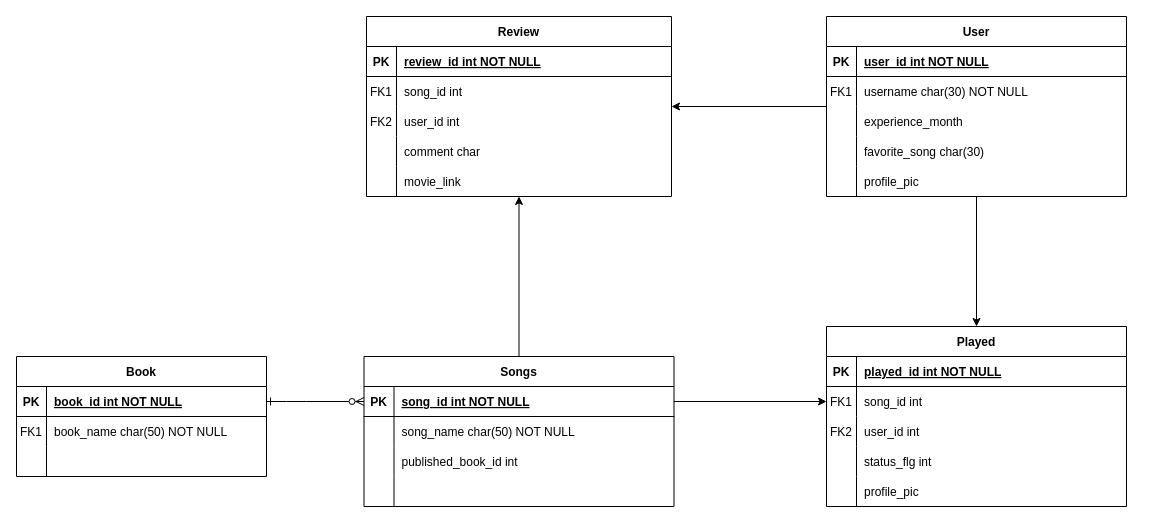
Before: er-diagram.drawio in kotaaaa/vn-guide, a draw.io diagram. Source tidied: cells renumbered, new cells numbered last; positions are measured from the earlier drawing's top-left corner, leaving out a move shared by most shapes. Both pictures are drawn from the tidied source at 100%, with x=0, y=0 at pixel (16, 16).
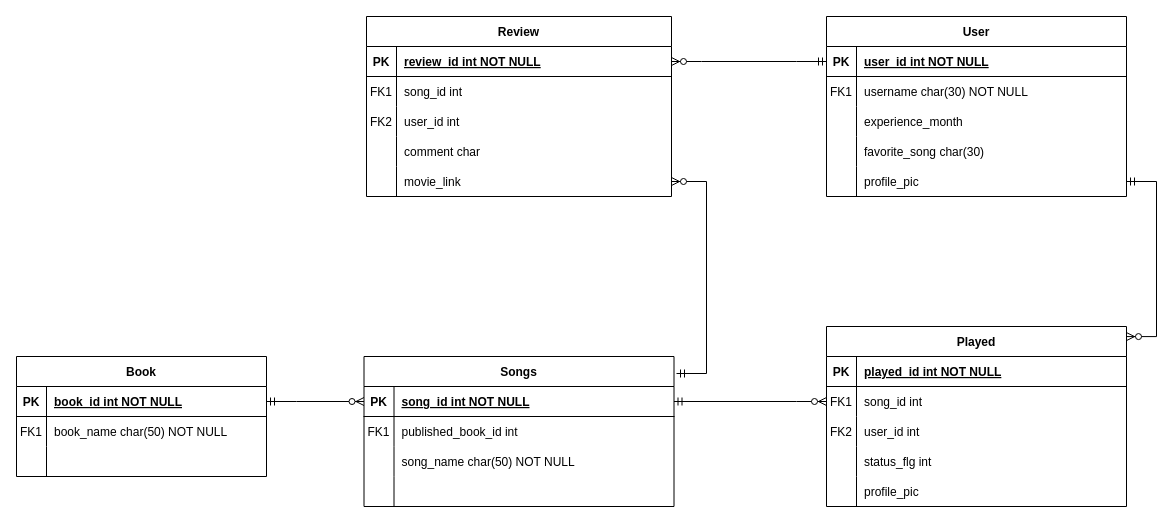
After the change.

Commit message:
er-diagram.drawio を更新します

The change refers to these unchanged cells:
```xml
<mxCell id="3" style="shape=partialRectangle;fillColor=none;points=[[0,0.5],[1,0.5]];portConstraint=eastwest;top=0;left=0;right=0;bottom=1;" parent="2" vertex="1">
  <mxGeometry y="30" width="250" height="30" as="geometry" />
</mxCell>
<mxCell id="14" value="User" style="shape=table;startSize=30;childLayout=tableLayout;rowLines=0;fontStyle=1;align=center;" parent="1" vertex="1">
  <mxGeometry x="810" width="300" height="180" as="geometry" />
</mxCell>
<mxCell id="15" style="shape=partialRectangle;fillColor=none;points=[[0,0.5],[1,0.5]];portConstraint=eastwest;top=0;left=0;right=0;bottom=1;" parent="14" vertex="1">
  <mxGeometry y="30" width="300" height="30" as="geometry" />
</mxCell>
<mxCell id="27" style="shape=tableRow;horizontal=0;startSize=0;swimlaneHead=0;swimlaneBody=0;fillColor=none;points=[[0,0.5],[1,0.5]];portConstraint=eastwest;top=0;left=0;right=0;bottom=0;" parent="14" vertex="1">
  <mxGeometry y="150" width="300" height="30" as="geometry" />
</mxCell>
<mxCell id="31" value="Songs" style="shape=table;startSize=30;childLayout=tableLayout;rowLines=0;fontStyle=1;align=center;" parent="1" vertex="1">
  <mxGeometry x="347.5" y="340" width="310" height="150" as="geometry" />
</mxCell>
<mxCell id="32" style="shape=partialRectangle;fillColor=none;points=[[0,0.5],[1,0.5]];portConstraint=eastwest;top=0;left=0;right=0;bottom=1;" parent="31" vertex="1">
  <mxGeometry y="30" width="310" height="30" as="geometry" />
</mxCell>
<mxCell id="45" value="Review" style="shape=table;startSize=30;childLayout=tableLayout;rowLines=0;fontStyle=1;align=center;" parent="1" vertex="1">
  <mxGeometry x="350" width="305" height="180" as="geometry" />
</mxCell>
<mxCell id="46" style="shape=partialRectangle;fillColor=none;points=[[0,0.5],[1,0.5]];portConstraint=eastwest;top=0;left=0;right=0;bottom=1;" parent="45" vertex="1">
  <mxGeometry y="30" width="305" height="30" as="geometry" />
</mxCell>
<mxCell id="58" style="shape=tableRow;horizontal=0;startSize=0;swimlaneHead=0;swimlaneBody=0;fillColor=none;points=[[0,0.5],[1,0.5]];portConstraint=eastwest;top=0;left=0;right=0;bottom=0;" parent="45" vertex="1">
  <mxGeometry y="150" width="305" height="30" as="geometry" />
</mxCell>
<mxCell id="61" value="Played" style="shape=table;startSize=30;childLayout=tableLayout;rowLines=0;fontStyle=1;align=center;" parent="1" vertex="1">
  <mxGeometry x="810" y="310" width="300" height="180" as="geometry" />
</mxCell>
<mxCell id="65" style="shape=tableRow;horizontal=0;startSize=0;swimlaneHead=0;swimlaneBody=0;fillColor=none;points=[[0,0.5],[1,0.5]];portConstraint=eastwest;top=0;left=0;right=0;bottom=0;" parent="61" vertex="1">
  <mxGeometry y="60" width="300" height="30" as="geometry" />
</mxCell>
```

Diff of the diagram source:
```diff
@@
-    <mxCell id="12" style="edgeStyle=orthogonalEdgeStyle;rounded=0;jettySize=auto;html=1;" parent="1" edge="1" source="14" target="45">
-      <mxGeometry relative="1" as="geometry" />
-    </mxCell>
-    <mxCell id="13" style="edgeStyle=orthogonalEdgeStyle;rounded=0;jettySize=auto;html=1;" parent="1" edge="1" source="14" target="61">
-      <mxGeometry relative="1" as="geometry" />
-    </mxCell>
@@
-    <mxCell id="30" style="edgeStyle=orthogonalEdgeStyle;rounded=0;jettySize=auto;html=1;entryX=0.5;entryY=1;entryDx=0;entryDy=0;" parent="1" edge="1" source="31" target="45">
-      <mxGeometry relative="1" as="geometry" />
-    </mxCell>
@@
+    <mxCell id="38" style="shape=tableRow;horizontal=0;startSize=0;swimlaneHead=0;swimlaneBody=0;fillColor=none;top=0;left=0;right=0;bottom=0;" parent="31" vertex="1">
+      <mxGeometry y="60" width="310" height="30" as="geometry" />
+    </mxCell>
+    <mxCell id="39" value="FK1" style="shape=partialRectangle;fillColor=none;top=0;left=0;bottom=0;right=0;overflow=hidden;" parent="38" vertex="1">
+      <mxGeometry width="30" height="30" as="geometry" />
+    </mxCell>
+    <mxCell id="40" value="published_book_id int" style="shape=partialRectangle;fillColor=none;top=0;left=0;bottom=0;right=0;align=left;spacingLeft=6;overflow=hidden;" parent="38" vertex="1">
+      <mxGeometry x="30" width="280" height="30" as="geometry" />
+    </mxCell>
     <mxCell id="35" style="shape=partialRectangle;fillColor=none;top=0;left=0;right=0;bottom=0;" parent="31" vertex="1">
-      <mxGeometry y="60" width="310" height="30" as="geometry" />
+      <mxGeometry y="90" width="310" height="30" as="geometry" />
     </mxCell>
@@
-    <mxCell id="38" style="shape=tableRow;horizontal=0;startSize=0;swimlaneHead=0;swimlaneBody=0;fillColor=none;top=0;left=0;right=0;bottom=0;" parent="31" vertex="1">
-      <mxGeometry y="90" width="310" height="30" as="geometry" />
-    </mxCell>
-    <mxCell id="39" style="shape=partialRectangle;fillColor=none;top=0;left=0;bottom=0;right=0;overflow=hidden;" parent="38" vertex="1">
-      <mxGeometry width="30" height="30" as="geometry" />
-    </mxCell>
-    <mxCell id="40" value="published_book_id int" style="shape=partialRectangle;fillColor=none;top=0;left=0;bottom=0;right=0;align=left;spacingLeft=6;overflow=hidden;" parent="38" vertex="1">
-      <mxGeometry x="30" width="280" height="30" as="geometry" />
-    </mxCell>
@@
-    <mxCell id="44" style="edgeStyle=entityRelationEdgeStyle;endArrow=ERzeroToMany;startArrow=ERone;endFill=1;startFill=0;exitX=1;exitY=0.5;exitDx=0;exitDy=0;entryX=0;entryY=0.5;entryDx=0;entryDy=0;" parent="1" edge="1" source="3" target="32">
-      <mxGeometry relative="1" as="geometry" />
-    </mxCell>
@@
+    <mxCell id="78" style="edgeStyle=entityRelationEdgeStyle;fontSize=12;html=1;endArrow=ERzeroToMany;startArrow=ERmandOne;rounded=0;entryX=1;entryY=0.5;entryDx=0;entryDy=0;" parent="1" edge="1" target="58">
+      <mxGeometry relative="1" as="geometry">
+        <mxPoint x="660" y="357" as="sourcePoint" />
+      </mxGeometry>
+    </mxCell>
+    <mxCell id="79" style="edgeStyle=entityRelationEdgeStyle;fontSize=12;html=1;endArrow=ERzeroToMany;startArrow=ERmandOne;rounded=0;entryX=1;entryY=0.5;entryDx=0;entryDy=0;exitX=0;exitY=0.5;exitDx=0;exitDy=0;" parent="1" edge="1" source="15" target="46">
+      <mxGeometry relative="1" as="geometry" />
+    </mxCell>
-    <mxCell id="77" style="edgeStyle=orthogonalEdgeStyle;rounded=0;jettySize=auto;html=1;entryX=0;entryY=0.5;entryDx=0;entryDy=0;" parent="1" edge="1" source="32" target="65">
+    <mxCell id="77" style="edgeStyle=entityRelationEdgeStyle;fontSize=12;html=1;endArrow=ERzeroToMany;startArrow=ERmandOne;rounded=0;entryX=0;entryY=0.5;entryDx=0;entryDy=0;exitX=1;exitY=0.5;exitDx=0;exitDy=0;" parent="1" edge="1" source="32" target="65">
       <mxGeometry relative="1" as="geometry" />
     </mxCell>
+    <mxCell id="80" style="edgeStyle=entityRelationEdgeStyle;fontSize=12;html=1;endArrow=ERzeroToMany;startArrow=ERmandOne;rounded=0;entryX=1;entryY=0.056;entryDx=0;entryDy=0;exitX=1;exitY=0.5;exitDx=0;exitDy=0;entryPerimeter=0;" parent="1" edge="1" source="27" target="61">
+      <mxGeometry relative="1" as="geometry" />
+    </mxCell>
+    <mxCell id="44" style="edgeStyle=entityRelationEdgeStyle;fontSize=12;html=1;endArrow=ERzeroToMany;startArrow=ERmandOne;rounded=0;entryX=0;entryY=0.5;entryDx=0;entryDy=0;exitX=1;exitY=0.5;exitDx=0;exitDy=0;" parent="1" edge="1" source="3" target="32">
+      <mxGeometry relative="1" as="geometry" />
+    </mxCell>
```
